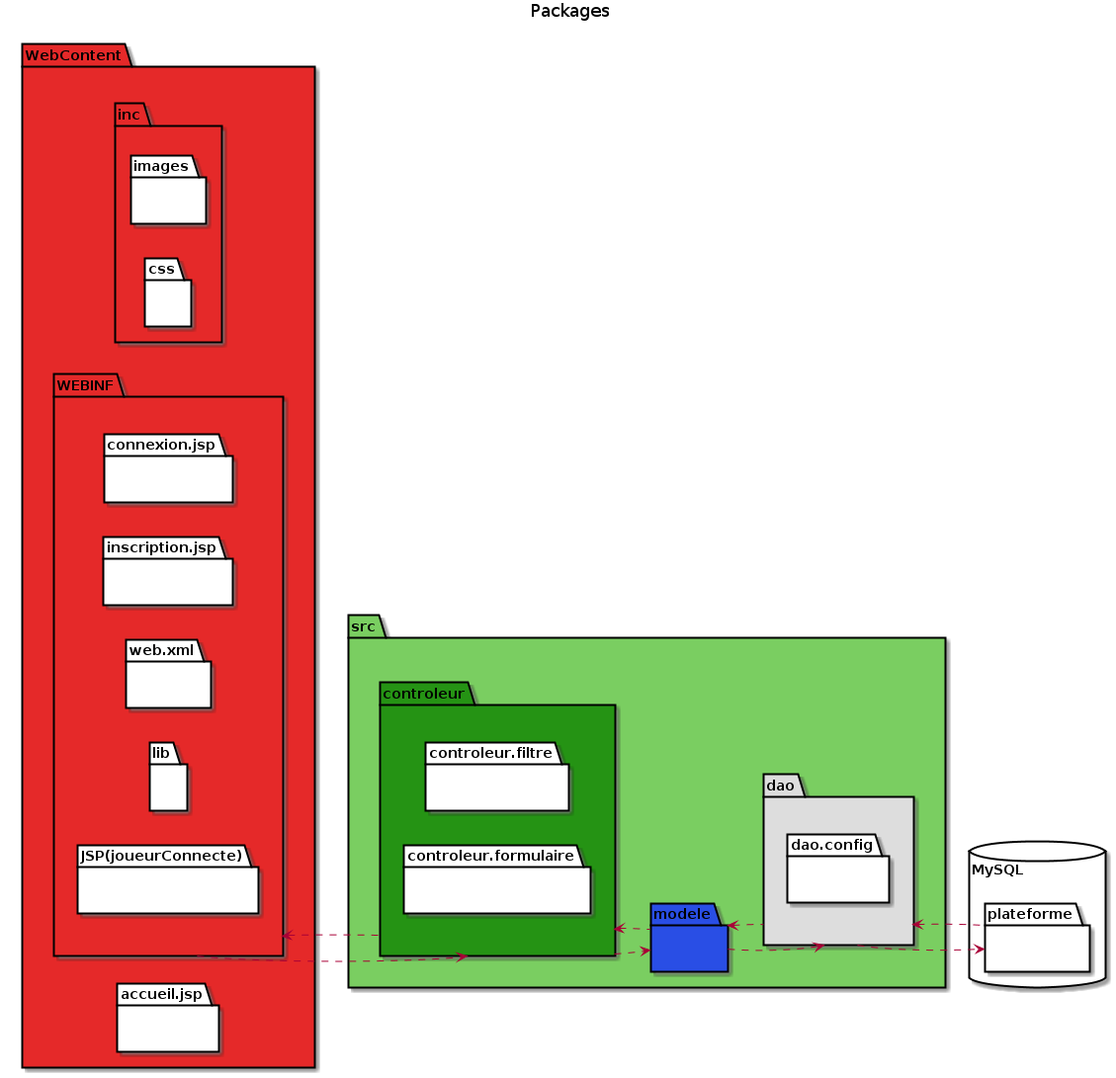
This is Diapo/src/images/packages.png from dpointin/pfe_plateforme, a PlantUML export, as it was before one commit. Source of this version:
```plantuml
@startuml
    left to right direction
title Packages

package MySQL <<Database>> {
  package plateforme {
  }
}

package src <<Folder>> #7ace61{
  package controleur <<Folder>> #259314{
    package controleur.filtre <<Folder>> {
    }
    package controleur.formulaire <<Folder>> {
    }
  }
  package dao <<Folder>> #DDDDDD{
    package dao.config <<Folder>> {
    }
  }
  package modele <<Folder>> #294EE5{
  }
}

package WebContent <<Folder>> #E52929{
  package inc <<Folder>> {
    package images <<Folder>> {
    }
    package css <<File>> {
    }
  }
  package WEBINF <<Folder>> {
    package connexion.jsp <<File>> {
    }
    package inscription.jsp <<File>> {
    }
    package web.xml <<File>> {
    }
    package lib <<Folder>> {
    }
    package JSP(joueurConnecte) <<Folder>> {
    }
  }
  package accueil.jsp <<File>> {
  }
}

WEBINF .up.> controleur
WEBINF <.-. controleur
controleur ..> modele
controleur <.. modele
modele ..> dao
modele <.. dao
dao ..> plateforme
dao <.. plateforme
@enduml
```
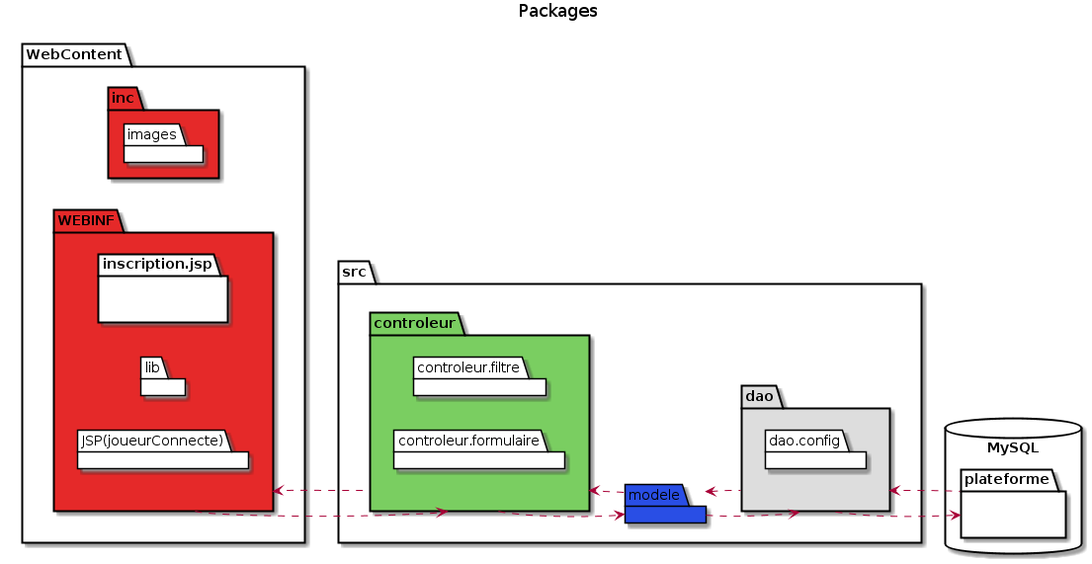
Above is the later version.

Diff of the diagram source:
```diff
@@ -7,8 +7,8 @@
   }
 }
 
-package src <<Folder>> #7ace61{
-  package controleur <<Folder>> #259314{
+package src <<Folder>> {
+  package controleur <<Folder>> #7ace61{
     package controleur.filtre <<Folder>> {
     }
     package controleur.formulaire <<Folder>> {
@@ -22,30 +22,22 @@
   }
 }
 
-package WebContent <<Folder>> #E52929{
-  package inc <<Folder>> {
+package WebContent <<Folder>> {
+  package inc <<Folder>> #E52929{
     package images <<Folder>> {
     }
-    package css <<File>> {
-    }
   }
-  package WEBINF <<Folder>> {
-    package connexion.jsp <<File>> {
-    }
+  package WEBINF <<Folder>> #E52929{
     package inscription.jsp <<File>> {
-    }
-    package web.xml <<File>> {
     }
     package lib <<Folder>> {
     }
     package JSP(joueurConnecte) <<Folder>> {
     }
   }
-  package accueil.jsp <<File>> {
-  }
 }
 
-WEBINF .up.> controleur
+WEBINF .-.> controleur
 WEBINF <.-. controleur
 controleur ..> modele
 controleur <.. modele
```
